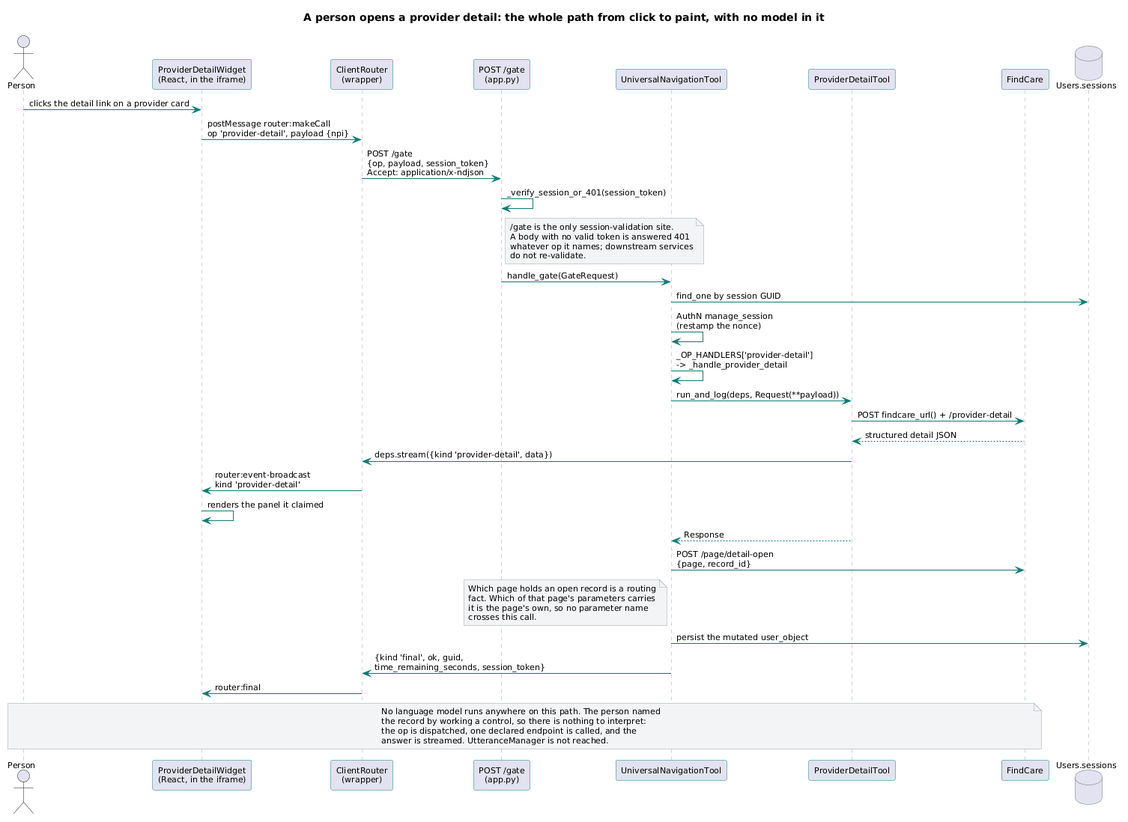
Earlier version of the PlantUML export brain/machine_artifacts/diagramsAndImages/rendered/ss_gesture_sequence.png (SkipSnow/ChatHealthyRepo). Its diagram source:
```plantuml
@startuml
skinparam shadowing false
skinparam defaultFontName Segoe UI
skinparam defaultFontSize 11
skinparam ArrowColor #0b7a75
skinparam ComponentBorderColor #0b7a75
skinparam DatabaseBorderColor #6b7280
skinparam NoteBackgroundColor #f3f4f6
skinparam NoteBorderColor #9ca3af
skinparam ParticipantBorderColor #0b7a75
skinparam SequenceLifeLineBorderColor #9ca3af

title A person opens a provider detail: the whole path from click to paint, with no model in it

actor "Person" as P
participant "ProviderDetailWidget\n(React, in the iframe)" as W
participant "ClientRouter\n(wrapper)" as CR
participant "POST /gate\n(app.py)" as GATE
participant "UniversalNavigationTool" as UR
participant "ProviderDetailTool" as PDT
participant "FindCare" as FC
database "Users.sessions" as SESS

P -> W : clicks the detail link on a provider card
W -> CR : postMessage router:makeCall\nop 'provider-detail', payload {npi}
CR -> GATE : POST /gate\n{op, payload, session_token}\nAccept: application/x-ndjson

GATE -> GATE : _verify_session_or_401(session_token)
note right of GATE
  /gate is the only session-validation site.
  A body with no valid token is answered 401
  whatever op it names; downstream services
  do not re-validate.
end note

GATE -> UR : handle_gate(GateRequest)
UR -> SESS : find_one by session GUID
UR -> UR : AuthN manage_session\n(restamp the nonce)
UR -> UR : _OP_HANDLERS['provider-detail']\n-> _handle_provider_detail

UR -> PDT : run_and_log(deps, Request(**payload))
PDT -> FC : POST findcare_url() + /provider-detail
FC --> PDT : structured detail JSON
PDT -> CR : deps.stream({kind 'provider-detail', data})
CR -> W : router:event-broadcast\nkind 'provider-detail'
W -> W : renders the panel it claimed

PDT --> UR : Response
UR -> FC : POST /page/detail-open\n{page, record_id}
note left of UR
  Which page holds an open record is a routing
  fact. Which of that page's parameters carries
  it is the page's own, so no parameter name
  crosses this call.
end note

UR -> SESS : persist the mutated user_object
UR -> CR : {kind 'final', ok, guid,\ntime_remaining_seconds, session_token}
CR -> W : router:final

note over P, FC #f3f4f6
  No language model runs anywhere on this path. The person named
  the record by working a control, so there is nothing to interpret:
  the op is dispatched, one declared endpoint is called, and the
  answer is streamed. UtteranceManager is not reached.
end note
@enduml
```
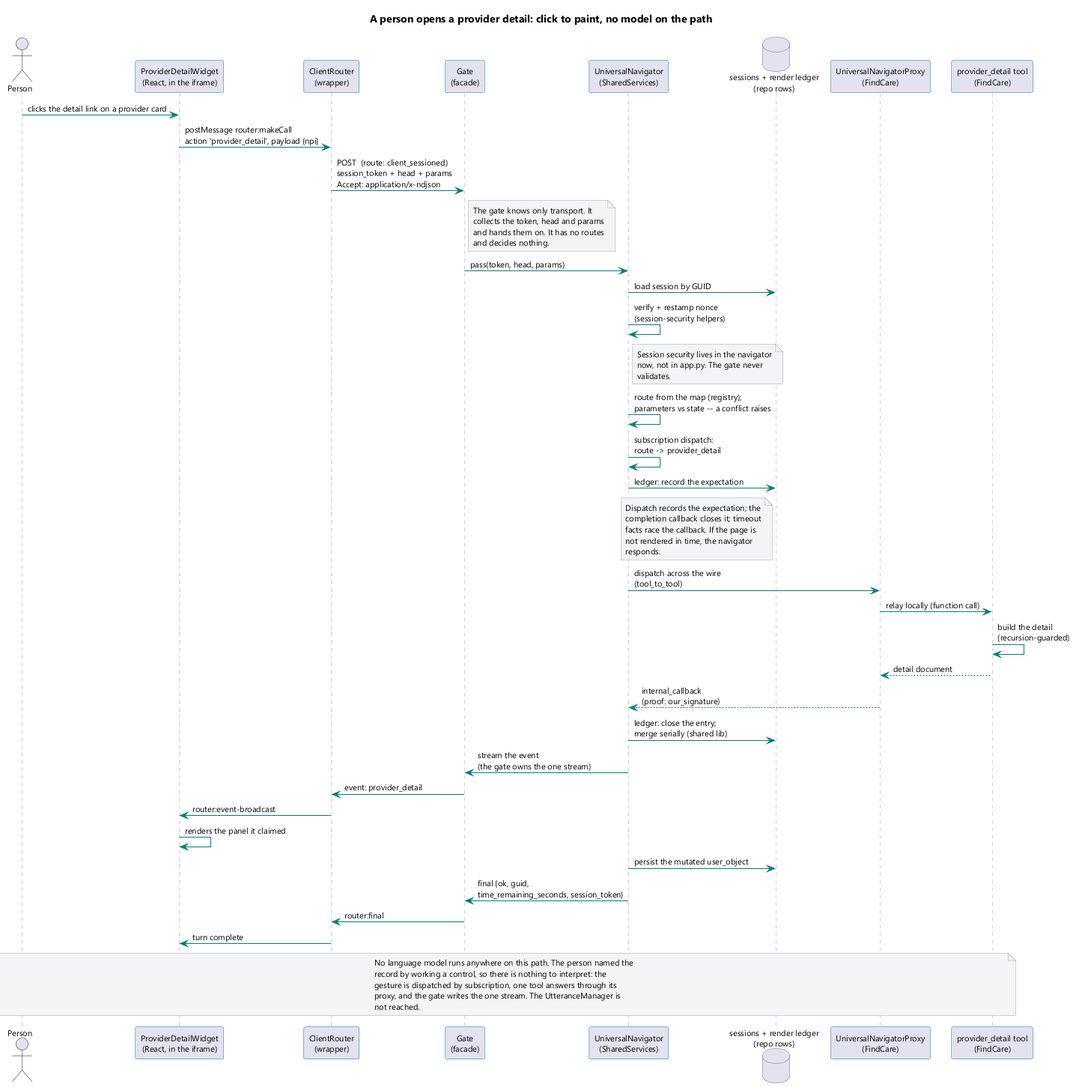
After the commit.

What changed in the source:
```diff
@@ -10,58 +10,73 @@
 skinparam ParticipantBorderColor #0b7a75
 skinparam SequenceLifeLineBorderColor #9ca3af
 
-title A person opens a provider detail: the whole path from click to paint, with no model in it
+title A person opens a provider detail: click to paint, no model on the path
 
 actor "Person" as P
 participant "ProviderDetailWidget\n(React, in the iframe)" as W
 participant "ClientRouter\n(wrapper)" as CR
-participant "POST /gate\n(app.py)" as GATE
-participant "UniversalNavigationTool" as UR
-participant "ProviderDetailTool" as PDT
-participant "FindCare" as FC
-database "Users.sessions" as SESS
+participant "Gate\n(facade)" as GATE
+participant "UniversalNavigator\n(SharedServices)" as UN
+database "sessions + render ledger\n(repo rows)" as REPO
+participant "UniversalNavigatorProxy\n(FindCare)" as PXY
+participant "provider_detail tool\n(FindCare)" as PDT
 
 P -> W : clicks the detail link on a provider card
-W -> CR : postMessage router:makeCall\nop 'provider-detail', payload {npi}
-CR -> GATE : POST /gate\n{op, payload, session_token}\nAccept: application/x-ndjson
+W -> CR : postMessage router:makeCall\naction 'provider_detail', payload {npi}
+CR -> GATE : POST  (route: client_sessioned)\nsession_token + head + params\nAccept: application/x-ndjson
 
-GATE -> GATE : _verify_session_or_401(session_token)
 note right of GATE
-  /gate is the only session-validation site.
-  A body with no valid token is answered 401
-  whatever op it names; downstream services
-  do not re-validate.
+  The gate knows only transport. It
+  collects the token, head and params
+  and hands them on. It has no routes
+  and decides nothing.
 end note
 
-GATE -> UR : handle_gate(GateRequest)
-UR -> SESS : find_one by session GUID
-UR -> UR : AuthN manage_session\n(restamp the nonce)
-UR -> UR : _OP_HANDLERS['provider-detail']\n-> _handle_provider_detail
+GATE -> UN : pass(token, head, params)
 
-UR -> PDT : run_and_log(deps, Request(**payload))
-PDT -> FC : POST findcare_url() + /provider-detail
-FC --> PDT : structured detail JSON
-PDT -> CR : deps.stream({kind 'provider-detail', data})
-CR -> W : router:event-broadcast\nkind 'provider-detail'
+UN -> REPO : load session by GUID
+UN -> UN : verify + restamp nonce\n(session-security helpers)
+note right of UN
+  Session security lives in the navigator
+  now, not in app.py. The gate never
+  validates.
+end note
+
+UN -> UN : route from the map (registry);\nparameters vs state -- a conflict raises
+UN -> UN : subscription dispatch:\nroute -> provider_detail
+
+UN -> REPO : ledger: record the expectation
+note left of REPO
+  Dispatch records the expectation; the
+  completion callback closes it; timeout
+  facts race the callback. If the page is
+  not rendered in time, the navigator
+  responds.
+end note
+
+UN -> PXY : dispatch across the wire\n(tool_to_tool)
+PXY -> PDT : relay locally (function call)
+PDT -> PDT : build the detail\n(recursion-guarded)
+PDT --> PXY : detail document
+PXY --> UN : internal_callback\n(proof: our_signature)
+
+UN -> REPO : ledger: close the entry;\nmerge serially (shared lib)
+UN -> GATE : stream the event\n(the gate owns the one stream)
+GATE -> CR : event: provider_detail
+CR -> W : router:event-broadcast
 W -> W : renders the panel it claimed
 
-PDT --> UR : Response
-UR -> FC : POST /page/detail-open\n{page, record_id}
-note left of UR
-  Which page holds an open record is a routing
-  fact. Which of that page's parameters carries
-  it is the page's own, so no parameter name
-  crosses this call.
+UN -> REPO : persist the mutated user_object
+UN -> GATE : final {ok, guid,\ntime_remaining_seconds, session_token}
+GATE -> CR : router:final
+CR -> W : turn complete
+
+note over P, PDT #f3f4f6
+  No language model runs anywhere on this path. The person named the
+  record by working a control, so there is nothing to interpret: the
+  gesture is dispatched by subscription, one tool answers through its
+  proxy, and the gate writes the one stream. The UtteranceManager is
+  not reached.
 end note
 
-UR -> SESS : persist the mutated user_object
-UR -> CR : {kind 'final', ok, guid,\ntime_remaining_seconds, session_token}
-CR -> W : router:final
-
-note over P, FC #f3f4f6
-  No language model runs anywhere on this path. The person named
-  the record by working a control, so there is nothing to interpret:
-  the op is dispatched, one declared endpoint is called, and the
-  answer is streamed. UtteranceManager is not reached.
-end note
 @enduml
```
